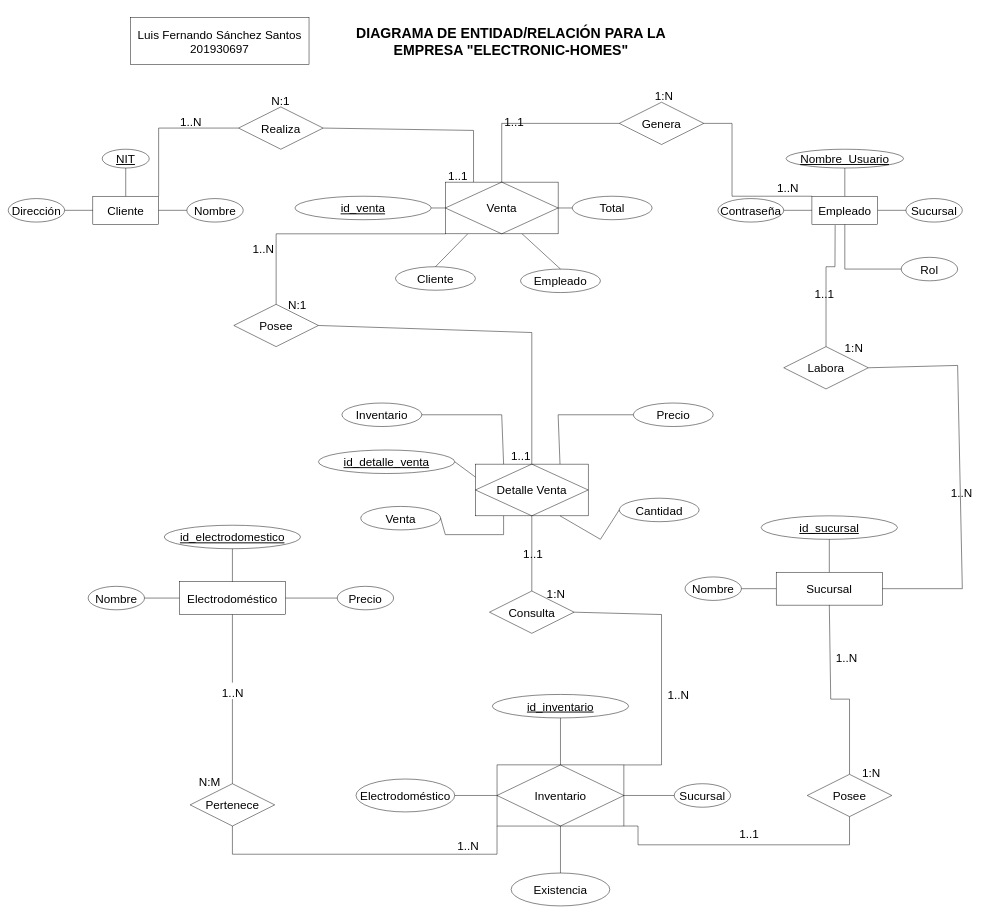
This is SQL DB/Diagrama de Entidad Relacion.drawio from Wichis2001/DemoProject1-Files, a draw.io file, before an edit. Source tidied: cells renumbered, new cells numbered last; positions are measured from the earlier drawing's top-left corner, leaving out a move shared by most shapes. Both pictures are drawn from the tidied source at 47%, with x=0, y=0 at pixel (8, 8).
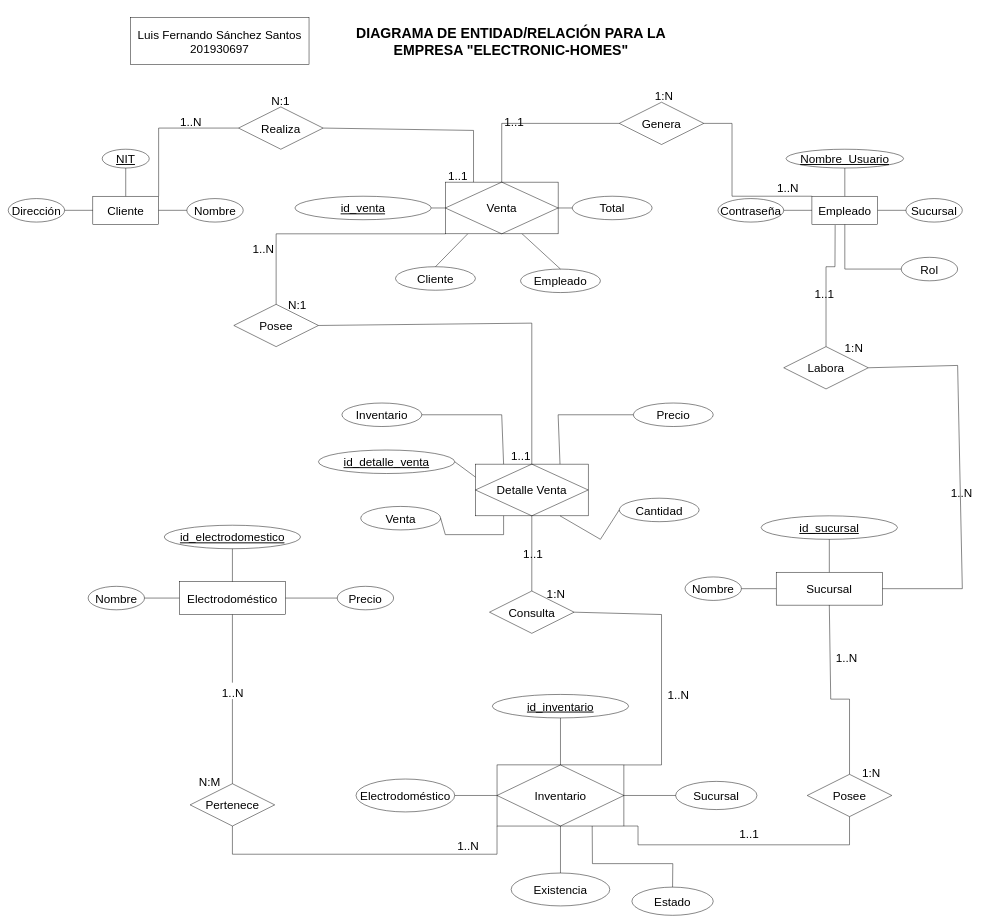
The same diagram, later.

The change refers to these unchanged cells:
```xml
<mxCell id="39" value="Inventario" style="shape=associativeEntity;whiteSpace=wrap;html=1;align=center;fontSize=25;" parent="1" vertex="1">
  <mxGeometry x="1040" y="1610" width="270" height="130" as="geometry" />
</mxCell>
<mxCell id="79" value="Detalle Venta" style="shape=associativeEntity;whiteSpace=wrap;html=1;align=center;fontSize=25;" parent="1" vertex="1">
  <mxGeometry x="994" y="970" width="240" height="110" as="geometry" />
</mxCell>
<mxCell id="91" value="Posee" style="shape=rhombus;perimeter=rhombusPerimeter;whiteSpace=wrap;html=1;align=center;fontSize=25;" parent="1" vertex="1">
  <mxGeometry x="480" y="630" width="180" height="90" as="geometry" />
</mxCell>
```

Change to the diagram source:
```diff
@@
     <mxCell id="41" value="Sucursal" style="ellipse;whiteSpace=wrap;html=1;align=center;fontSize=25;" parent="1" vertex="1">
-      <mxGeometry x="1417" y="1650" width="120" height="50" as="geometry" />
+      <mxGeometry x="1420" y="1645" width="173" height="60" as="geometry" />
     </mxCell>
@@
     <mxCell id="100" style="endArrow=none;html=1;rounded=0;fontSize=25;exitX=0.5;exitY=0;exitDx=0;exitDy=0;entryX=1;entryY=0.5;entryDx=0;entryDy=0;" parent="1" edge="1" source="79" target="91">
       <mxGeometry relative="1" as="geometry">
         <Array as="points">
-          <mxPoint x="1114" y="690" />
+          <mxPoint x="1114" y="670" />
         </Array>
       </mxGeometry>
     </mxCell>
@@
+    <mxCell id="105" value="Estado" style="ellipse;whiteSpace=wrap;html=1;align=center;fontSize=25;" parent="1" vertex="1">
+      <mxGeometry x="1327" y="1870" width="173" height="60" as="geometry" />
+    </mxCell>
+    <mxCell id="106" style="endArrow=none;html=1;rounded=0;fontSize=25;exitX=0.75;exitY=1;exitDx=0;exitDy=0;entryX=0.5;entryY=0;entryDx=0;entryDy=0;" parent="1" edge="1" source="39" target="105">
+      <mxGeometry relative="1" as="geometry">
+        <Array as="points">
+          <mxPoint x="1243" y="1820" />
+          <mxPoint x="1414" y="1820" />
+        </Array>
+      </mxGeometry>
+    </mxCell>
```
